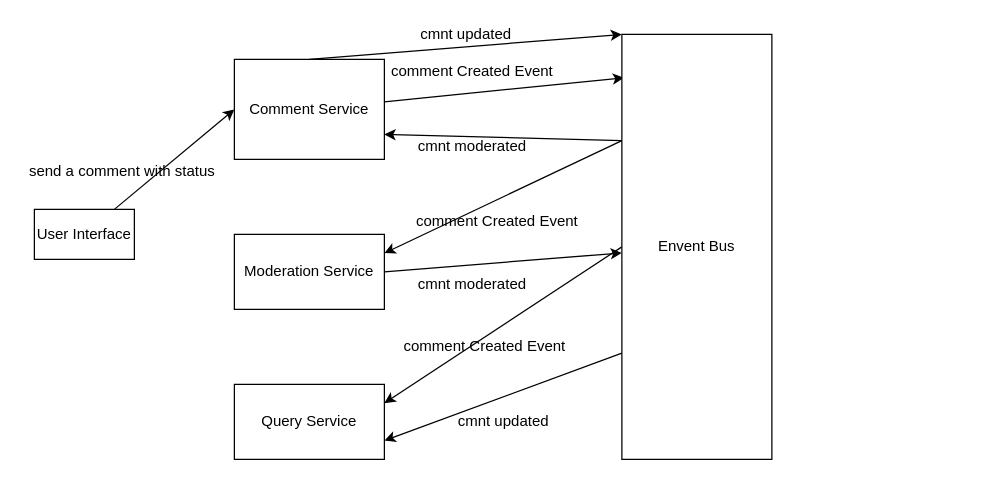
Above: page "Page-2" (2 of 4) of Blog-App/structure.drawio in SifatIbna/Microservices-Architecture-Projects (draw.io), before the change. Source tidied: cells renumbered, new cells numbered last; positions are measured from the earlier drawing's top-left corner, leaving out a move shared by most shapes. Both pictures are drawn from the tidied source at 125%, with x=0, y=0 at pixel (21, 21).
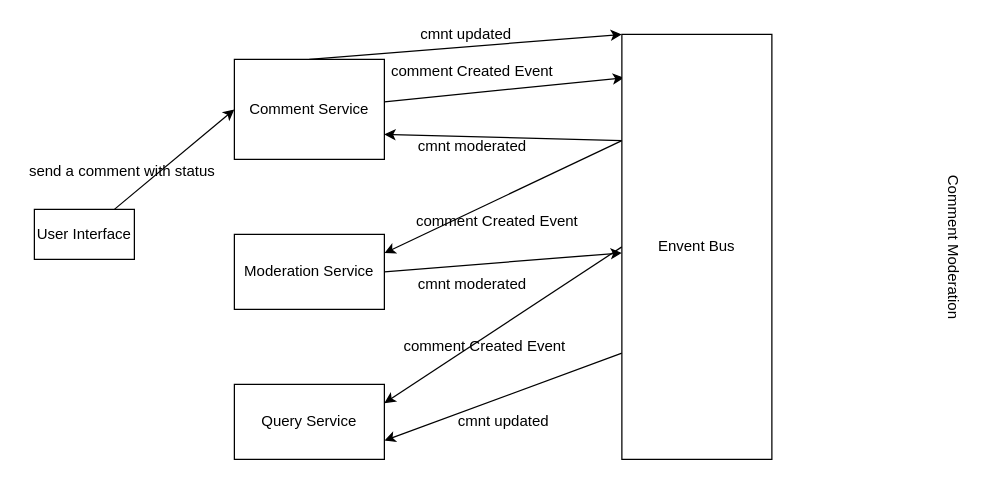
After the change.

Commit message:
added diagram for moderation service

The edit, as a diff of the source:
```diff
@@
+    <mxCell id="23" value="Comment Moderation" style="text;html=1;align=center;verticalAlign=middle;strokeColor=none;fillColor=none;rotation=90;" parent="1" vertex="1">
+      <mxGeometry x="680" y="170" width="130" height="20" as="geometry" />
+    </mxCell>
```
